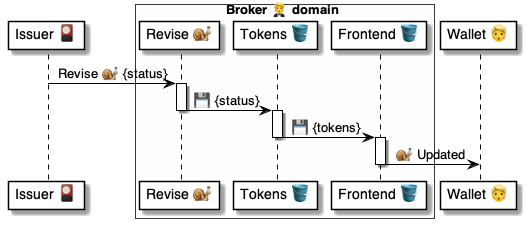
This is 4 ⚙️ Solution/20 🧑‍🦰 UI/Brokers 🤵/🤵🪣 Broker tables/Tokens 🎫 table/🪣⏩ Flows/2 Revise/🤵 Broker.Tokens.Revise ⚙️ uml.png from pollyweb-org/pollyweb-docs, a PlantUML export, as it was before one commit. Its source is kept beside it as 4 ⚙️ Solution/20 🧑‍🦰 UI/Brokers 🤵/🤵🪣 Broker tables/Tokens 🎫 table/🪣⏩ Flows/2 Revise/🤵 Broker.Tokens.Revise ⚙️ uml.puml. Source of this version:
```plantuml
@startuml Broker.Tokens.Updates

participant "Issuer 🎴" as issuer
box Broker 🤵 domain #FFFFFA
    participant "Revise 🐌" as revise
    participant "Tokens 🪣" as tokens
    participant "Frontend 🪣" as frontend
end box
participant "Wallet 👱" as wallet


issuer -> revise: Revise 🐌 {status}
activate revise
    revise -> tokens: 💾 {status}
deactivate revise

activate tokens
    tokens -> frontend: 💾 {tokens}
deactivate tokens

activate frontend
    frontend -> wallet: 🐌 Updated
deactivate frontend


@enduml
```
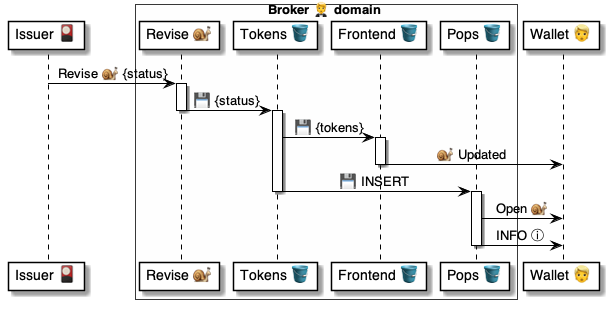
The same file after the commit.

What changed in the source:
```diff
@@ -5,6 +5,7 @@
     participant "Revise 🐌" as revise
     participant "Tokens 🪣" as tokens
     participant "Frontend 🪣" as frontend
+    participant "Pops 🪣" as pops
 end box
 participant "Wallet 👱" as wallet
 
@@ -15,12 +16,18 @@
 deactivate revise
 
 activate tokens
+
     tokens -> frontend: 💾 {tokens}
+    activate frontend
+        frontend -> wallet: 🐌 Updated
+    deactivate frontend
+
+    tokens -> pops: 💾 INSERT
 deactivate tokens
 
-activate frontend
-    frontend -> wallet: 🐌 Updated
-deactivate frontend
-
+activate pops
+    pops -> wallet: Open 🐌
+    pops -> wallet: INFO ⓘ
+deactivate pops
 
 @enduml
```
